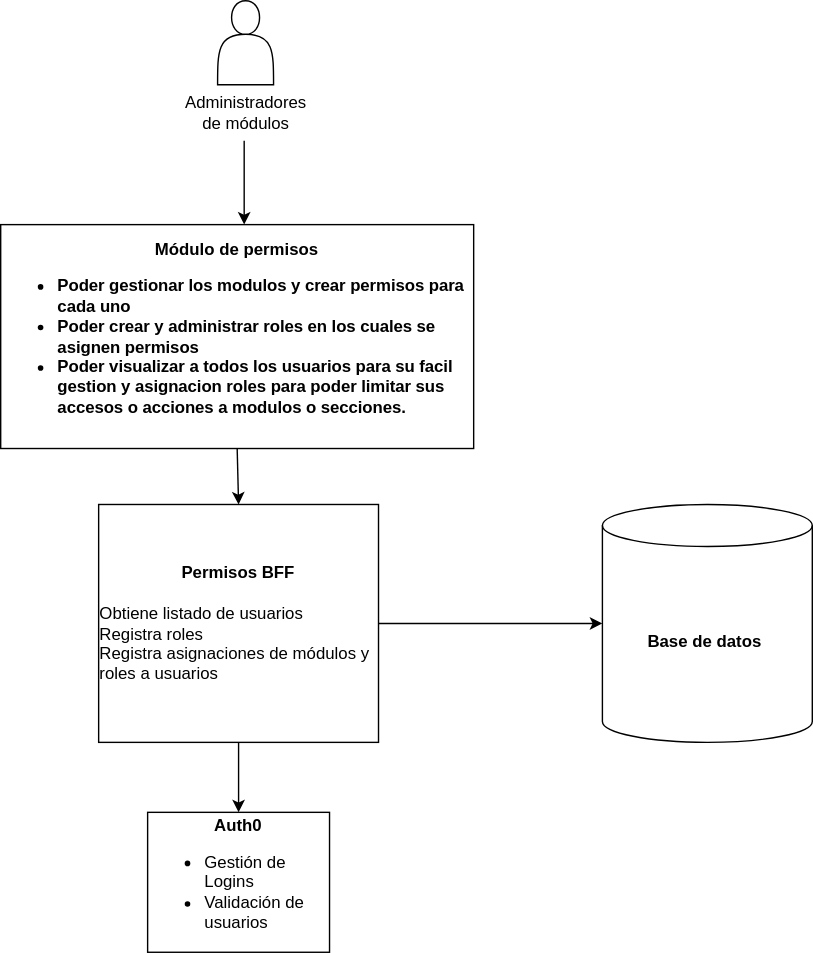
The draw.io diagram Diagrama C2 Módulo de permisos.svg in dani99m/Diagramas, before a commit. Source tidied: cells renumbered, new cells last; positions are measured from the earlier drawing's top-left corner, leaving out a move shared by most shapes.
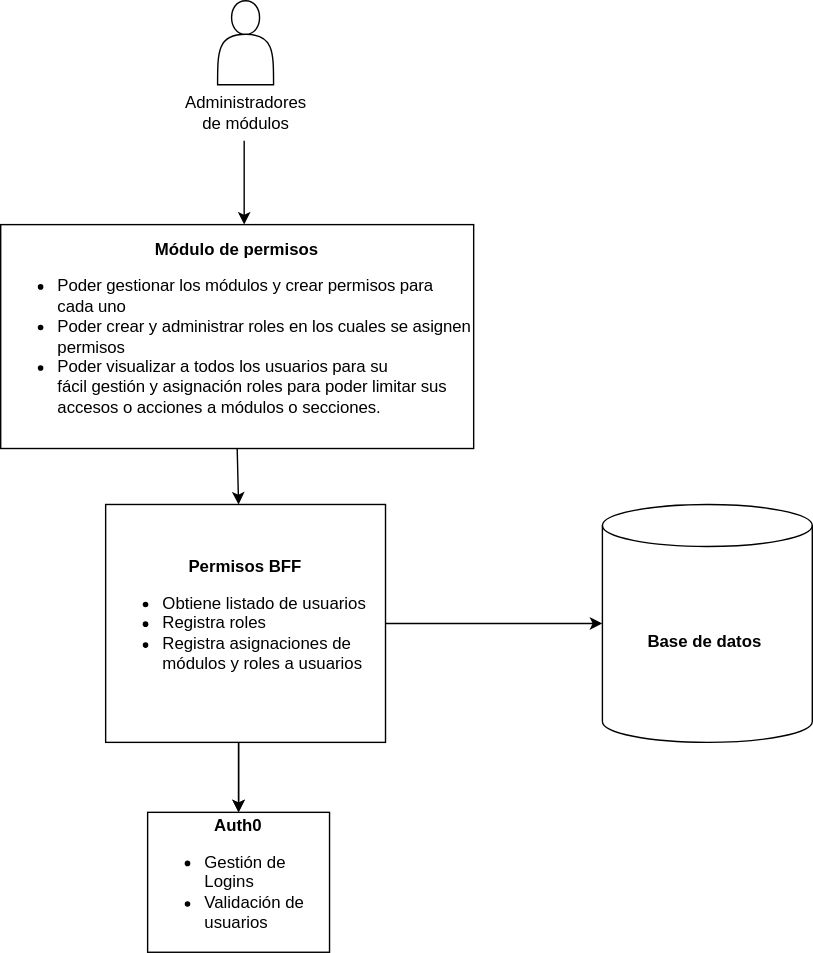
Above is the later version.

Change to the diagram source:
```diff
@@ -17,7 +17,7 @@
         </Array>
       </mxGeometry>
     </mxCell>
-    <mxCell id="5" value="&lt;b style=&quot;background-color: initial;&quot;&gt;Módulo de permisos&lt;br&gt;&lt;ul&gt;&lt;li style=&quot;text-align: left;&quot;&gt;&lt;span style=&quot;font-size: 1em; letter-spacing: -0.005em; background-color: initial;&quot;&gt;Poder gestionar los modulos y crear permisos para cada uno&lt;/span&gt;&lt;/li&gt;&lt;li style=&quot;text-align: left;&quot;&gt;&lt;span style=&quot;font-size: 1em; letter-spacing: -0.005em; background-color: initial;&quot;&gt;Poder crear y administrar roles en los cuales se asignen permisos&lt;/span&gt;&lt;/li&gt;&lt;li style=&quot;text-align: left;&quot;&gt;&lt;span style=&quot;font-size: 1em; letter-spacing: -0.005em; background-color: initial;&quot;&gt;Poder visualizar a todos los usuarios para su facil gestion y asignacion roles para poder limitar sus accesos o acciones a modulos o secciones.&lt;/span&gt;&lt;/li&gt;&lt;/ul&gt;&lt;/b&gt;" style="rounded=0;whiteSpace=wrap;html=1;" parent="1" vertex="1">
+    <mxCell id="5" value="&lt;span style=&quot;background-color: initial;&quot;&gt;&lt;b&gt;Módulo de permisos&lt;/b&gt;&lt;br&gt;&lt;ul style=&quot;&quot;&gt;&lt;li style=&quot;text-align: left;&quot;&gt;&lt;span style=&quot;background-color: initial;&quot;&gt;&lt;span style=&quot;font-size: 1em; letter-spacing: -0.005em;&quot;&gt;Poder gestionar los &lt;/span&gt;&lt;span style=&quot;font-size: 12px; letter-spacing: -0.06px;&quot;&gt;módulos&lt;/span&gt;&lt;span style=&quot;font-size: 1em; letter-spacing: -0.005em;&quot;&gt;&amp;nbsp;y crear permisos para cada uno&lt;/span&gt;&lt;/span&gt;&lt;/li&gt;&lt;li style=&quot;text-align: left;&quot;&gt;&lt;span style=&quot;font-size: 1em; letter-spacing: -0.005em; background-color: initial;&quot;&gt;Poder crear y administrar roles en los cuales se asignen permisos&lt;/span&gt;&lt;/li&gt;&lt;li style=&quot;text-align: left;&quot;&gt;&lt;span style=&quot;background-color: initial;&quot;&gt;&lt;span style=&quot;font-size: 1em; letter-spacing: -0.005em;&quot;&gt;Poder visualizar a todos los usuarios para su &lt;/span&gt;&lt;span style=&quot;font-size: 12px; letter-spacing: -0.06px;&quot;&gt;fácil&lt;/span&gt;&lt;span style=&quot;font-size: 1em; letter-spacing: -0.005em;&quot;&gt;&amp;nbsp;&lt;/span&gt;&lt;span style=&quot;font-size: 12px; letter-spacing: -0.06px;&quot;&gt;gestión&lt;/span&gt;&lt;span style=&quot;font-size: 1em; letter-spacing: -0.005em;&quot;&gt;&amp;nbsp;y &lt;/span&gt;&lt;span style=&quot;font-size: 12px; letter-spacing: -0.06px;&quot;&gt;asignación&lt;/span&gt;&lt;span style=&quot;font-size: 1em; letter-spacing: -0.005em;&quot;&gt;&amp;nbsp;roles para poder limitar sus accesos o acciones a &lt;/span&gt;&lt;span style=&quot;font-size: 12px; letter-spacing: -0.06px;&quot;&gt;módulos&lt;/span&gt;&lt;span style=&quot;font-size: 1em; letter-spacing: -0.005em;&quot;&gt;&amp;nbsp;o secciones.&lt;/span&gt;&lt;/span&gt;&lt;/li&gt;&lt;/ul&gt;&lt;/span&gt;" style="rounded=0;whiteSpace=wrap;html=1;" parent="1" vertex="1">
       <mxGeometry y="160" width="338" height="160" as="geometry" />
     </mxCell>
     <mxCell id="6" style="edgeStyle=orthogonalEdgeStyle;rounded=0;jettySize=auto;html=1;" parent="1" edge="1" target="x">
@@ -30,25 +30,34 @@
         <mxPoint x="180" y="540" as="sourcePoint" />
       </mxGeometry>
     </mxCell>
-    <mxCell id="8" style="edgeStyle=orthogonalEdgeStyle;rounded=0;jettySize=auto;html=1;" parent="1" edge="1" source="9" target="10">
-      <mxGeometry relative="1" as="geometry" />
+    <mxCell id="8" style="edgeStyle=orthogonalEdgeStyle;rounded=0;jettySize=auto;html=1;" parent="1" edge="1" target="10">
+      <mxGeometry relative="1" as="geometry">
+        <mxPoint x="270" y="445" as="sourcePoint" />
+      </mxGeometry>
     </mxCell>
-    <mxCell id="9" value="&lt;b&gt;Permisos BFF&lt;br&gt;&lt;/b&gt;&lt;span style=&quot;color: rgba(0, 0, 0, 0); font-family: monospace; font-size: 0px; text-align: start; background-color: rgb(248, 249, 250);&quot;&gt;CmxGraphModel%3E%3Croot%3E%3CmxCell%20id%3D%220%22%2F%3E%3CmxCell%20id%3D%221%22%20parent%3D%220%22%2F%3E%3CmxCell%20id%3D%222%22%20style%3D%22edgeStyle%3DorthogonalEdgeStyle%3Brounded%3D0%3BorthogonalLoop%3D1%3BjettySize%3Dauto%3Bhtml%3D1%3BexitX%3D0.75%3BexitY%3D1%3BexitDx%3D0%3BexitDy%3D0%3BentryX%3D0.5%3BentryY%3D0%3BentryDx%3D0%3BentryDy%3D0%3B%22%20edge%3D%221%22%20target%3D%223%22%20parent%3D%221%22%3E%3CmxGeometry%20relative%3D%221%22%20as%3D%22geometry%22%3E%3CmxPoint%20x%3D%22503.5%22%20y%3D%22460%22%20as%3D%22sourcePoint%22%2F%3E%3CArray%20as%3D%22points%22%3E%3CmxPoint%20x%3D%22580%22%20y%3D%22460%22%2F%3E%3CmxPoint%20x%3D%22580%22%20y%3D%22485%22%2F%3E%3CmxPoint%20x%3D%22615%22%20y%3D%22485%22%2F%3E%3C%2FArray%3E%3C%2FmxGeometry%3E%3C%2FmxCell%3E%3CmxCell%20id%3D%223%22%20value%3D%22%26lt%3Bb%26gt%3BAuth0%26lt%3B%2Fb%26gt%3B%26lt%3Bbr%26gt%3B%26lt%3Bdiv%20style%3D%26quot%3Btext-align%3A%20left%3B%26quot%3B%26gt%3B%26lt%3Bul%26gt%3B%26lt%3Bli%26gt%3B%26lt%3Bspan%20style%3D%26quot%3Bbackground-color%3A%20initial%3B%26quot%3B%26gt%3BGesti%C3%B3n%20de%20Logins%26lt%3B%2Fspan%26gt%3B%26lt%3B%2Fli%26gt%3B%26lt%3Bli%26gt%3B%26lt%3Bspan%20style%3D%26quot%3Bbackground-color%3A%20initial%3B%26quot%3B%26gt%3BValidaci%C3%B3n%20de%20usuarios%26lt%3B%2Fspan%26gt%3B%26lt%3B%2Fli%26gt%3B%26lt%3B%2Ful%26gt%3B%26lt%3B%2Fdiv%26gt%3B%22%20style%3D%22rounded%3D0%3BwhiteSpace%3Dwrap%3Bhtml%3D1%3B%22%20vertex%3D%221%22%20parent%3D%221%22%3E%3CmxGeometry%20x%3D%22550%22%20y%3D%22510%22%20width%3D%22130%22%20height%3D%22100%22%20as%3D%22geometry%22%2F%3E%3C%2FmxCell%3E%3C%2Froot%3E%3C%2FmxGraphModel%3E&lt;br&gt;&lt;div style=&quot;text-align: left;&quot;&gt;&lt;span style=&quot;background-color: initial; color: rgb(0, 0, 0); font-family: Helvetica; font-size: 12px; text-align: center;&quot;&gt;Obtiene listado de usuarios&lt;/span&gt;&lt;/div&gt;&lt;/span&gt;&lt;div style=&quot;text-align: left;&quot;&gt;&lt;span style=&quot;background-color: initial;&quot;&gt;Registra roles&lt;/span&gt;&lt;/div&gt;&lt;div style=&quot;text-align: left;&quot;&gt;&lt;span style=&quot;background-color: initial;&quot;&gt;Registra asignaciones de módulos y roles a usuarios&lt;/span&gt;&lt;/div&gt;" style="rounded=0;whiteSpace=wrap;html=1;" parent="1" vertex="1">
-      <mxGeometry x="70" y="360" width="200" height="170" as="geometry" />
-    </mxCell>
+    <mxCell id="14" style="edgeStyle=orthogonalEdgeStyle;rounded=0;jettySize=auto;html=1;" parent="1" edge="1" target="11">
+      <mxGeometry relative="1" as="geometry">
+        <mxPoint x="170" y="530" as="sourcePoint" />
+      </mxGeometry>
+    </mxCell>
     <mxCell id="10" value="&lt;b&gt;Base de datos&amp;nbsp;&lt;/b&gt;" style="shape=cylinder3;whiteSpace=wrap;html=1;boundedLbl=1;backgroundOutline=1;size=15;" parent="1" vertex="1">
       <mxGeometry x="430" y="360" width="150" height="170" as="geometry" />
     </mxCell>
     <mxCell id="11" value="&lt;b&gt;Auth0&lt;/b&gt;&lt;br&gt;&lt;div style=&quot;text-align: left;&quot;&gt;&lt;ul&gt;&lt;li&gt;&lt;span style=&quot;background-color: initial;&quot;&gt;Gestión de Logins&lt;/span&gt;&lt;/li&gt;&lt;li&gt;&lt;span style=&quot;background-color: initial;&quot;&gt;Validación de usuarios&lt;/span&gt;&lt;/li&gt;&lt;/ul&gt;&lt;/div&gt;" style="rounded=0;whiteSpace=wrap;html=1;" parent="1" vertex="1">
       <mxGeometry x="105" y="580" width="130" height="100" as="geometry" />
     </mxCell>
-    <mxCell id="12" style="endArrow=classic;html=1;rounded=0;exitX=0.5;exitY=1;exitDx=0;exitDy=0;entryX=0.5;entryY=0;entryDx=0;entryDy=0;" parent="1" edge="1" source="5" target="9">
-      <mxGeometry relative="1" as="geometry" />
+    <mxCell id="12" style="endArrow=classic;html=1;rounded=0;exitX=0.5;exitY=1;exitDx=0;exitDy=0;entryX=0.5;entryY=0;entryDx=0;entryDy=0;" parent="1" edge="1" source="5">
+      <mxGeometry relative="1" as="geometry">
+        <mxPoint x="170" y="360" as="targetPoint" />
+      </mxGeometry>
     </mxCell>
     <mxCell id="13" style="endArrow=classic;html=1;rounded=0;" parent="1" edge="1" target="11">
       <mxGeometry relative="1" as="geometry">
         <mxPoint x="170" y="530" as="sourcePoint" />
       </mxGeometry>
     </mxCell>
+    <mxCell id="15" value="&lt;b&gt;Permisos BFF&lt;/b&gt;&lt;br&gt;&lt;div style=&quot;text-align: left;&quot;&gt;&lt;ul&gt;&lt;li&gt;&lt;span style=&quot;background-color: initial;&quot;&gt;Obtiene listado de usuarios&lt;/span&gt;&lt;/li&gt;&lt;li&gt;Registra roles&lt;/li&gt;&lt;li&gt;Registra asignaciones de módulos y roles a usuarios&lt;/li&gt;&lt;/ul&gt;&lt;/div&gt;" style="rounded=0;whiteSpace=wrap;html=1;" parent="1" vertex="1">
+      <mxGeometry x="75" y="360" width="200" height="170" as="geometry" />
+    </mxCell>
   </root>
 </mxGraphModel>
```
